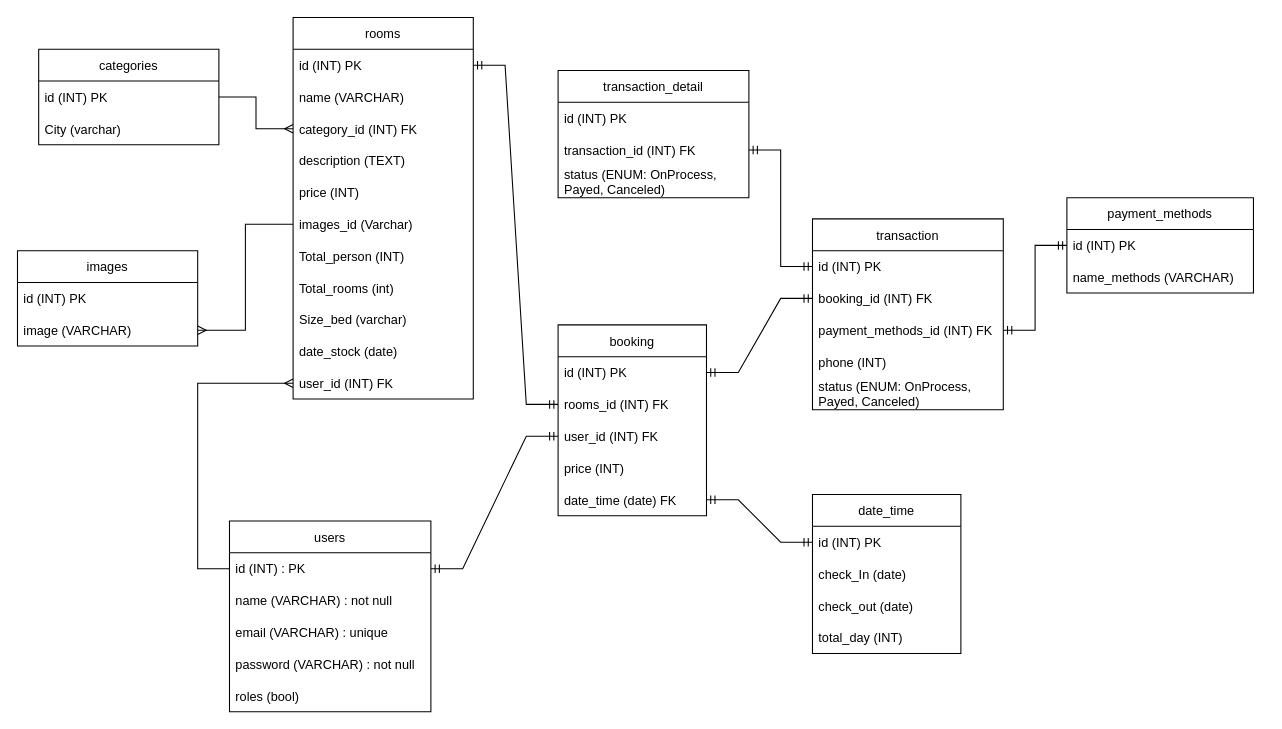
Before: ERD.drawio in air-bnb-group-3/BE, a draw.io diagram. Source tidied: cells renumbered, new cells numbered last; positions are measured from the earlier drawing's top-left corner, leaving out a move shared by most shapes. Both pictures are drawn from the tidied source at 106%, with x=0, y=0 at pixel (17, 17).
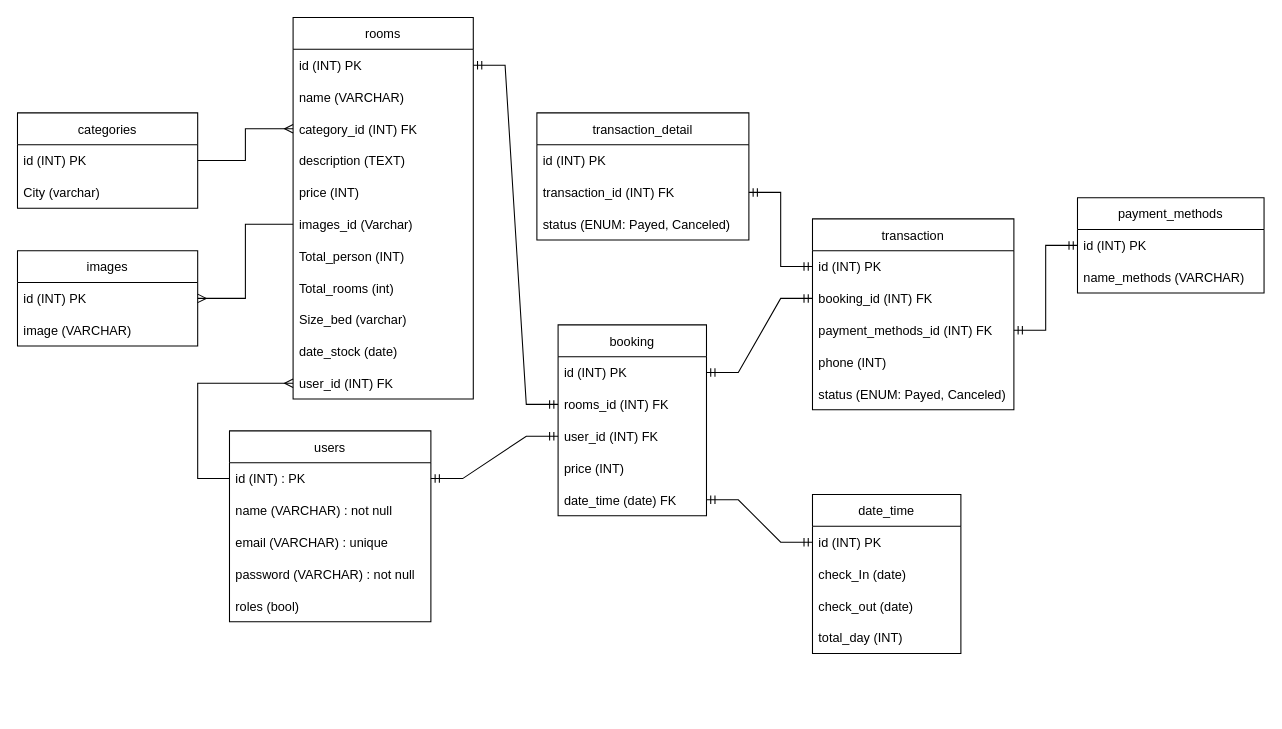
The same page after the edit.

The change refers to these unchanged cells:
```xml
<mxCell id="14" value="images_id (Varchar)" style="text;strokeColor=none;fillColor=none;align=left;verticalAlign=middle;spacingLeft=4;spacingRight=4;overflow=hidden;points=[[0,0.5],[1,0.5]];portConstraint=eastwest;" parent="8" vertex="1">
  <mxGeometry y="180" width="170" height="30" as="geometry" />
</mxCell>
<mxCell id="51" value="id (INT) PK" style="text;strokeColor=none;fillColor=none;align=left;verticalAlign=middle;spacingLeft=4;spacingRight=4;overflow=hidden;points=[[0,0.5],[1,0.5]];portConstraint=eastwest;" parent="50" vertex="1">
  <mxGeometry y="30" width="170" height="30" as="geometry" />
</mxCell>
<mxCell id="52" value="image (VARCHAR) " style="text;strokeColor=none;fillColor=none;align=left;verticalAlign=middle;spacingLeft=4;spacingRight=4;overflow=hidden;points=[[0,0.5],[1,0.5]];portConstraint=eastwest;" parent="50" vertex="1">
  <mxGeometry y="60" width="170" height="30" as="geometry" />
</mxCell>
```

Change to the diagram source:
```diff
@@
     <mxCell id="2" value="users" style="swimlane;fontStyle=0;horizontal=1;startSize=30;" parent="1" vertex="1">
-      <mxGeometry x="200" y="475" width="190" height="180" as="geometry" />
+      <mxGeometry x="200" y="390" width="190" height="180" as="geometry" />
     </mxCell>
@@
     <mxCell id="20" value="transaction" style="swimlane;fontStyle=0;horizontal=1;startSize=30;" parent="1" vertex="1">
-      <mxGeometry x="750" y="190" width="180" height="180" as="geometry" />
+      <mxGeometry x="750" y="190" width="190" height="180" as="geometry" />
     </mxCell>
     <mxCell id="21" value="id (INT) PK" style="text;strokeColor=none;fillColor=none;align=left;verticalAlign=middle;spacingLeft=4;spacingRight=4;overflow=hidden;points=[[0,0.5],[1,0.5]];portConstraint=eastwest;" parent="20" vertex="1">
-      <mxGeometry y="30" width="180" height="30" as="geometry" />
+      <mxGeometry y="30" width="190" height="30" as="geometry" />
     </mxCell>
     <mxCell id="22" value="booking_id (INT) FK" style="text;strokeColor=none;fillColor=none;align=left;verticalAlign=middle;spacingLeft=4;spacingRight=4;overflow=hidden;points=[[0,0.5],[1,0.5]];portConstraint=eastwest;" parent="20" vertex="1">
-      <mxGeometry y="60" width="180" height="30" as="geometry" />
+      <mxGeometry y="60" width="190" height="30" as="geometry" />
     </mxCell>
     <mxCell id="23" value="payment_methods_id (INT) FK" style="text;strokeColor=none;fillColor=none;align=left;verticalAlign=middle;spacingLeft=4;spacingRight=4;overflow=hidden;points=[[0,0.5],[1,0.5]];portConstraint=eastwest;" parent="20" vertex="1">
-      <mxGeometry y="90" width="180" height="30" as="geometry" />
+      <mxGeometry y="90" width="190" height="30" as="geometry" />
     </mxCell>
     <mxCell id="24" value="phone (INT)" style="text;strokeColor=none;fillColor=none;align=left;verticalAlign=middle;spacingLeft=4;spacingRight=4;overflow=hidden;" parent="20" vertex="1">
-      <mxGeometry y="120" width="180" height="30" as="geometry" />
+      <mxGeometry y="120" width="190" height="30" as="geometry" />
     </mxCell>
-    <mxCell id="25" value="status (ENUM: OnProcess, &#10;Payed, Canceled)" style="text;strokeColor=none;fillColor=none;align=left;verticalAlign=middle;spacingLeft=4;spacingRight=4;overflow=hidden;" parent="20" vertex="1">
-      <mxGeometry y="150" width="180" height="30" as="geometry" />
+    <mxCell id="25" value="status (ENUM: Payed, Canceled)" style="text;strokeColor=none;fillColor=none;align=left;verticalAlign=middle;spacingLeft=4;spacingRight=4;overflow=hidden;" parent="20" vertex="1">
+      <mxGeometry y="150" width="190" height="30" as="geometry" />
     </mxCell>
@@
     <mxCell id="34" value="payment_methods" style="swimlane;fontStyle=0;horizontal=1;startSize=30;" parent="1" vertex="1">
-      <mxGeometry x="990" y="170" width="176" height="90" as="geometry" />
+      <mxGeometry x="1000" y="170" width="176" height="90" as="geometry" />
     </mxCell>
@@
     <mxCell id="45" value="categories" style="swimlane;fontStyle=0;horizontal=1;startSize=30;" parent="1" vertex="1">
-      <mxGeometry x="20" y="30" width="170" height="90" as="geometry" />
+      <mxGeometry y="90" width="170" height="90" as="geometry" />
     </mxCell>
@@
-    <mxCell id="53" style="edgeStyle=elbowEdgeStyle;fontSize=12;html=1;endArrow=ERmany;rounded=0;exitX=0;exitY=0.5;exitDx=0;exitDy=0;entryX=1;entryY=0.5;entryDx=0;entryDy=0;" parent="1" edge="1" source="14" target="52">
+    <mxCell id="53" style="edgeStyle=elbowEdgeStyle;fontSize=12;html=1;endArrow=ERmany;rounded=0;exitX=0;exitY=0.5;exitDx=0;exitDy=0;entryX=1;entryY=0.5;entryDx=0;entryDy=0;" parent="1" edge="1" source="14" target="51">
       <mxGeometry relative="1" as="geometry" />
     </mxCell>
     <mxCell id="54" value="transaction_detail" style="swimlane;fontStyle=0;horizontal=1;startSize=30;" parent="1" vertex="1">
-      <mxGeometry x="510" y="50" width="180" height="120" as="geometry" />
+      <mxGeometry x="490" y="90" width="200" height="120" as="geometry" />
     </mxCell>
     <mxCell id="55" value="id (INT) PK" style="text;strokeColor=none;fillColor=none;align=left;verticalAlign=middle;spacingLeft=4;spacingRight=4;overflow=hidden;" parent="54" vertex="1">
-      <mxGeometry y="30" width="180" height="30" as="geometry" />
+      <mxGeometry y="30" width="200" height="30" as="geometry" />
     </mxCell>
     <mxCell id="56" value="transaction_id (INT) FK" style="text;strokeColor=none;fillColor=none;align=left;verticalAlign=middle;spacingLeft=4;spacingRight=4;overflow=hidden;points=[[0,0.5],[1,0.5]];portConstraint=eastwest;" parent="54" vertex="1">
-      <mxGeometry y="60" width="180" height="30" as="geometry" />
+      <mxGeometry y="60" width="200" height="30" as="geometry" />
     </mxCell>
-    <mxCell id="57" value="status (ENUM: OnProcess, &#10;Payed, Canceled)" style="text;strokeColor=none;fillColor=none;align=left;verticalAlign=middle;spacingLeft=4;spacingRight=4;overflow=hidden;" parent="54" vertex="1">
-      <mxGeometry y="90" width="180" height="30" as="geometry" />
+    <mxCell id="57" value="status (ENUM: Payed, Canceled)" style="text;strokeColor=none;fillColor=none;align=left;verticalAlign=middle;spacingLeft=4;spacingRight=4;overflow=hidden;" parent="54" vertex="1">
+      <mxGeometry y="90" width="200" height="30" as="geometry" />
     </mxCell>
```
